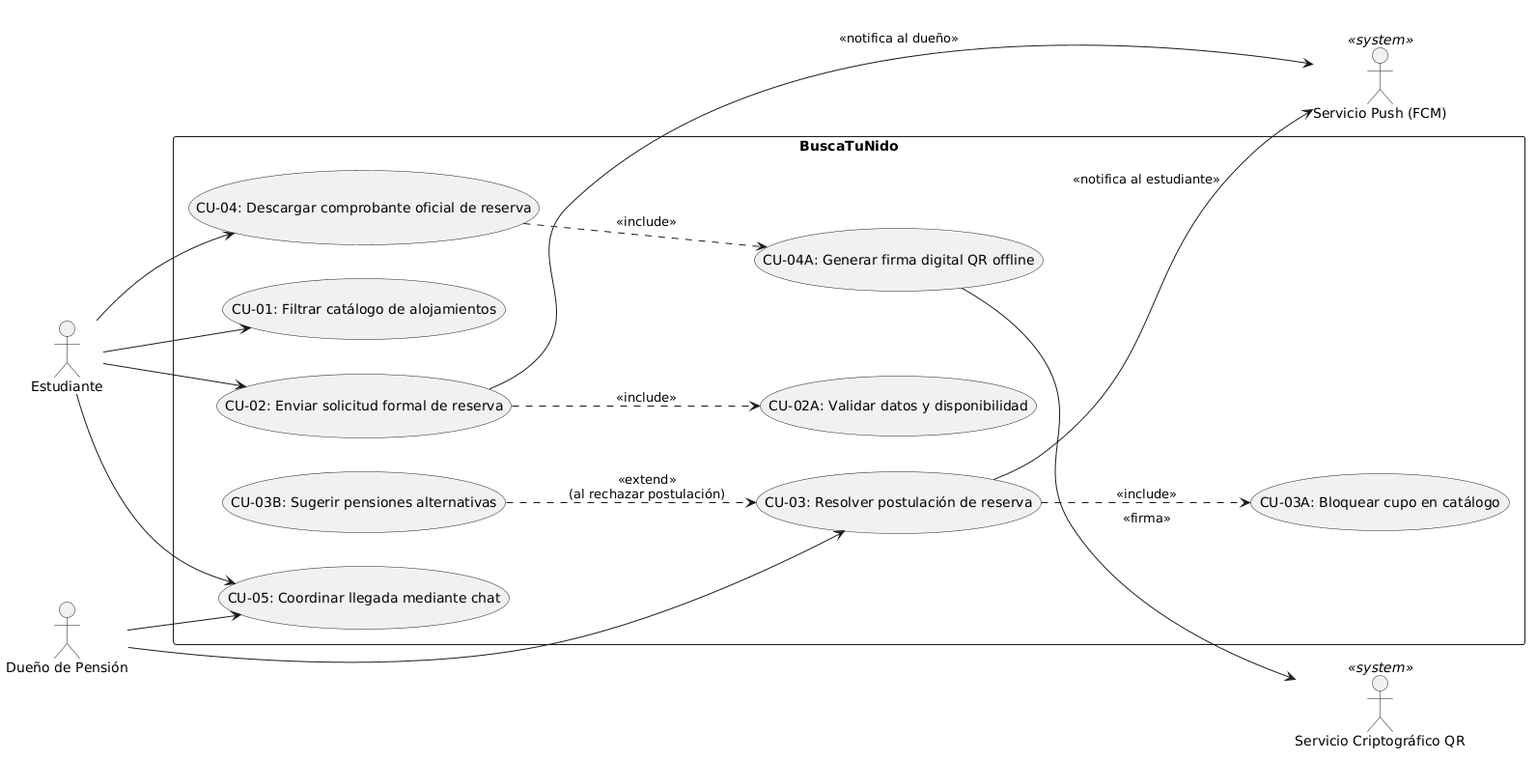
Above: diagramas/casos-de-uso.png in busca-tunido-requisitos/entrega-1 (PlantUML), before the change. The source it was exported from:
```plantuml
@startuml
left to right direction
skinparam packageStyle rectangle
skinparam shadowing false
skinparam defaultFontName Arial

actor "Estudiante" as Estudiante
actor "Dueño de Pensión" as Dueno

actor "Servicio Push (FCM)" as Push <<system>>
actor "Servicio Criptográfico QR" as Crypto <<system>>

rectangle "BuscaTuNido" {
  usecase "CU-01: Filtrar catálogo de alojamientos" as CU01
  usecase "CU-02: Enviar solicitud formal de reserva" as CU02
  usecase "CU-02A: Validar datos y disponibilidad" as CU02A
  usecase "CU-03: Resolver postulación de reserva" as CU03
  usecase "CU-03A: Bloquear cupo en catálogo" as CU03A
  usecase "CU-03B: Sugerir pensiones alternativas" as CU03B
  usecase "CU-04: Descargar comprobante oficial de reserva" as CU04
  usecase "CU-04A: Generar firma digital QR offline" as CU04A
  usecase "CU-05: Coordinar llegada mediante chat" as CU05
}

Estudiante --> CU01
Estudiante --> CU02
CU02 ..> CU02A : <<include>>
CU02 --> Push : <<notifica al dueño>>

Dueno --> CU03
CU03 ..> CU03A : <<include>>
CU03B ..> CU03 : <<extend>>\n(al rechazar postulación)
CU03 --> Push : <<notifica al estudiante>>

Estudiante --> CU04
CU04 ..> CU04A : <<include>>
CU04A --> Crypto : <<firma>>

Estudiante --> CU05
Dueno --> CU05
@enduml
```
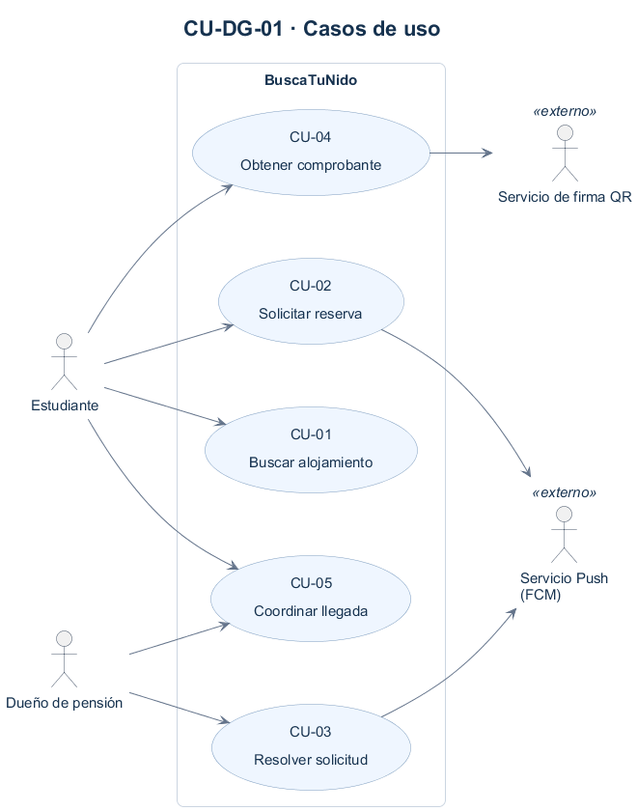
After the commit.

Diff of the diagram source:
```diff
@@ -1,41 +1,51 @@
 @startuml
+title CU-DG-01 · Casos de uso
+skinparam defaultFontName Arial
+skinparam defaultFontSize 15
+skinparam titleFontSize 22
+skinparam titleFontColor #16324F
+skinparam backgroundColor #FFFFFF
+skinparam shadowing false
+skinparam ArrowColor #64748B
+skinparam ArrowFontColor #334155
+skinparam ArrowFontSize 12
+skinparam roundcorner 14
+skinparam nodesep 65
+skinparam ranksep 65
+skinparam padding 6
+skinparam classBackgroundColor #F1F5F9
+skinparam classBorderColor #94A3B8
+skinparam classHeaderBackgroundColor #DBEAFE
+skinparam classFontColor #16324F
+skinparam stateBackgroundColor #EFF6FF
+skinparam stateBorderColor #7C9CBF
+skinparam stateFontColor #16324F
+skinparam usecaseBackgroundColor #EFF6FF
+skinparam usecaseBorderColor #7C9CBF
+skinparam usecaseFontColor #16324F
+skinparam actorBorderColor #475569
+skinparam actorFontColor #16324F
+skinparam rectangleBorderColor #CBD5E1
+skinparam rectangleFontColor #16324F
 left to right direction
-skinparam packageStyle rectangle
-skinparam shadowing false
-skinparam defaultFontName Arial
-
-actor "Estudiante" as Estudiante
-actor "Dueño de Pensión" as Dueno
-
-actor "Servicio Push (FCM)" as Push <<system>>
-actor "Servicio Criptográfico QR" as Crypto <<system>>
-
+actor Estudiante
+actor "Dueño de pensión" as Dueno
 rectangle "BuscaTuNido" {
-  usecase "CU-01: Filtrar catálogo de alojamientos" as CU01
-  usecase "CU-02: Enviar solicitud formal de reserva" as CU02
-  usecase "CU-02A: Validar datos y disponibilidad" as CU02A
-  usecase "CU-03: Resolver postulación de reserva" as CU03
-  usecase "CU-03A: Bloquear cupo en catálogo" as CU03A
-  usecase "CU-03B: Sugerir pensiones alternativas" as CU03B
-  usecase "CU-04: Descargar comprobante oficial de reserva" as CU04
-  usecase "CU-04A: Generar firma digital QR offline" as CU04A
-  usecase "CU-05: Coordinar llegada mediante chat" as CU05
+ usecase "CU-01\nBuscar alojamiento" as CU01
+ usecase "CU-02\nSolicitar reserva" as CU02
+ usecase "CU-04\nObtener comprobante" as CU04
+ usecase "CU-05\nCoordinar llegada" as CU05
+ usecase "CU-03\nResolver solicitud" as CU03
 }
-
+actor "Servicio Push\n(FCM)" as Push <<externo>>
+actor "Servicio de firma QR" as QR <<externo>>
 Estudiante --> CU01
 Estudiante --> CU02
-CU02 ..> CU02A : <<include>>
-CU02 --> Push : <<notifica al dueño>>
-
-Dueno --> CU03
-CU03 ..> CU03A : <<include>>
-CU03B ..> CU03 : <<extend>>\n(al rechazar postulación)
-CU03 --> Push : <<notifica al estudiante>>
-
 Estudiante --> CU04
-CU04 ..> CU04A : <<include>>
-CU04A --> Crypto : <<firma>>
-
 Estudiante --> CU05
 Dueno --> CU05
+Dueno --> CU03
+CU02 --> Push
+CU03 --> Push
+CU04 --> QR
 @enduml
```
